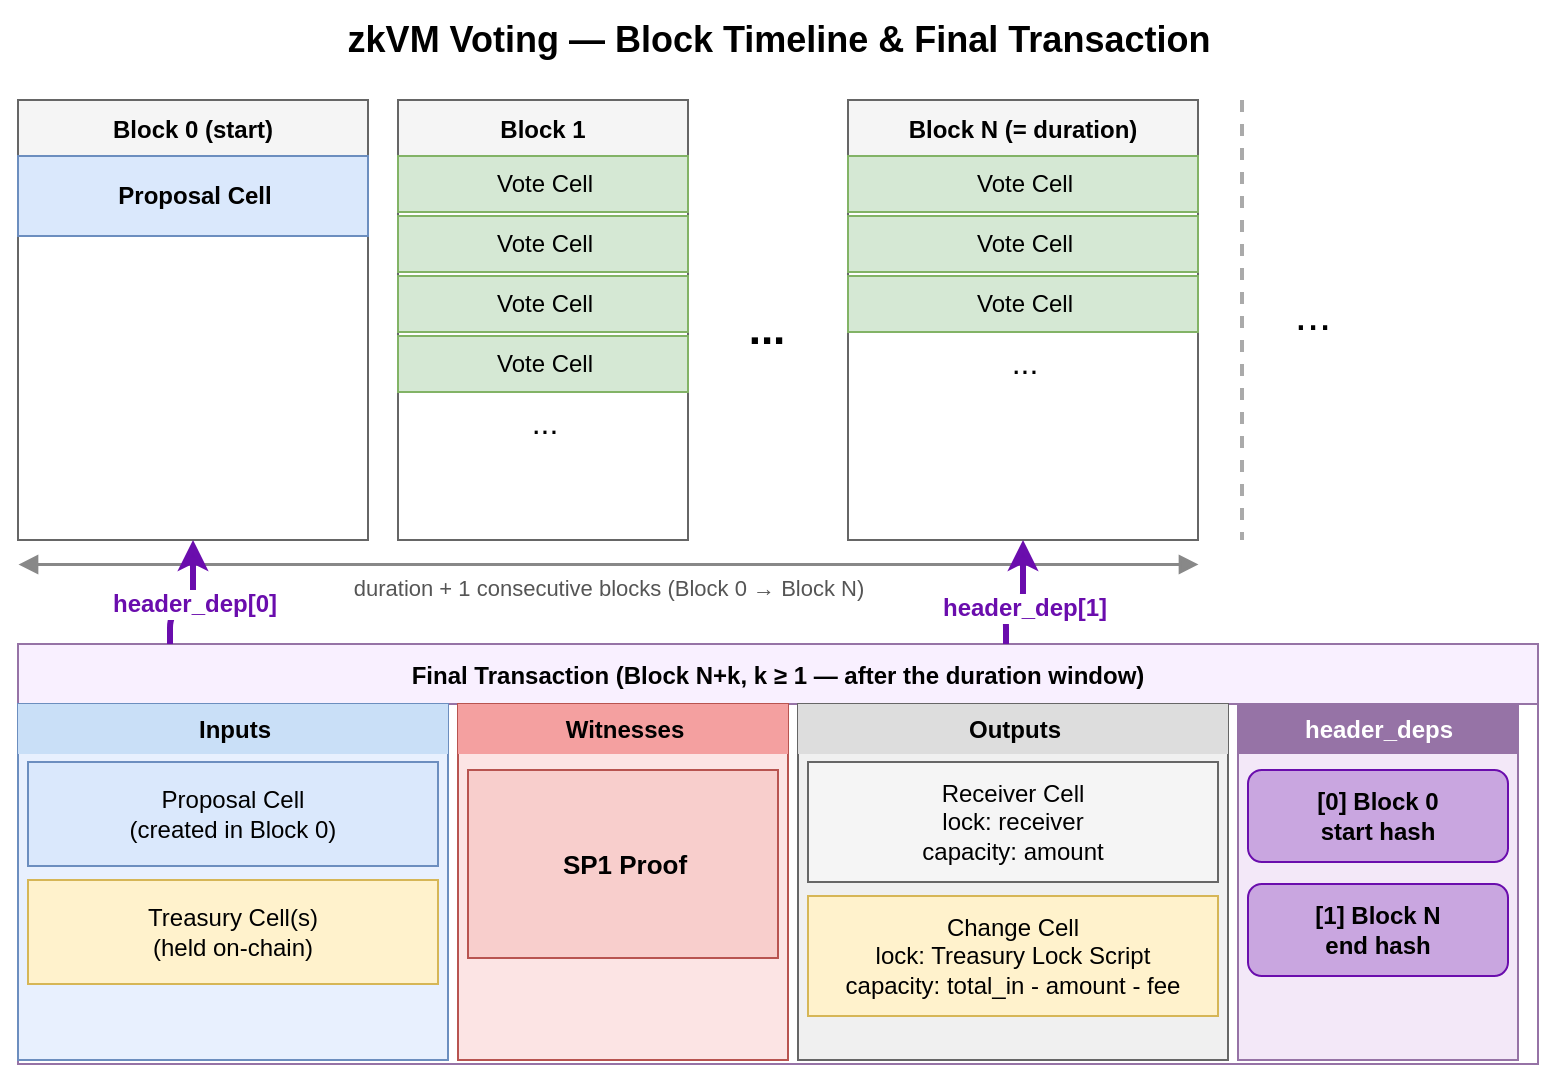
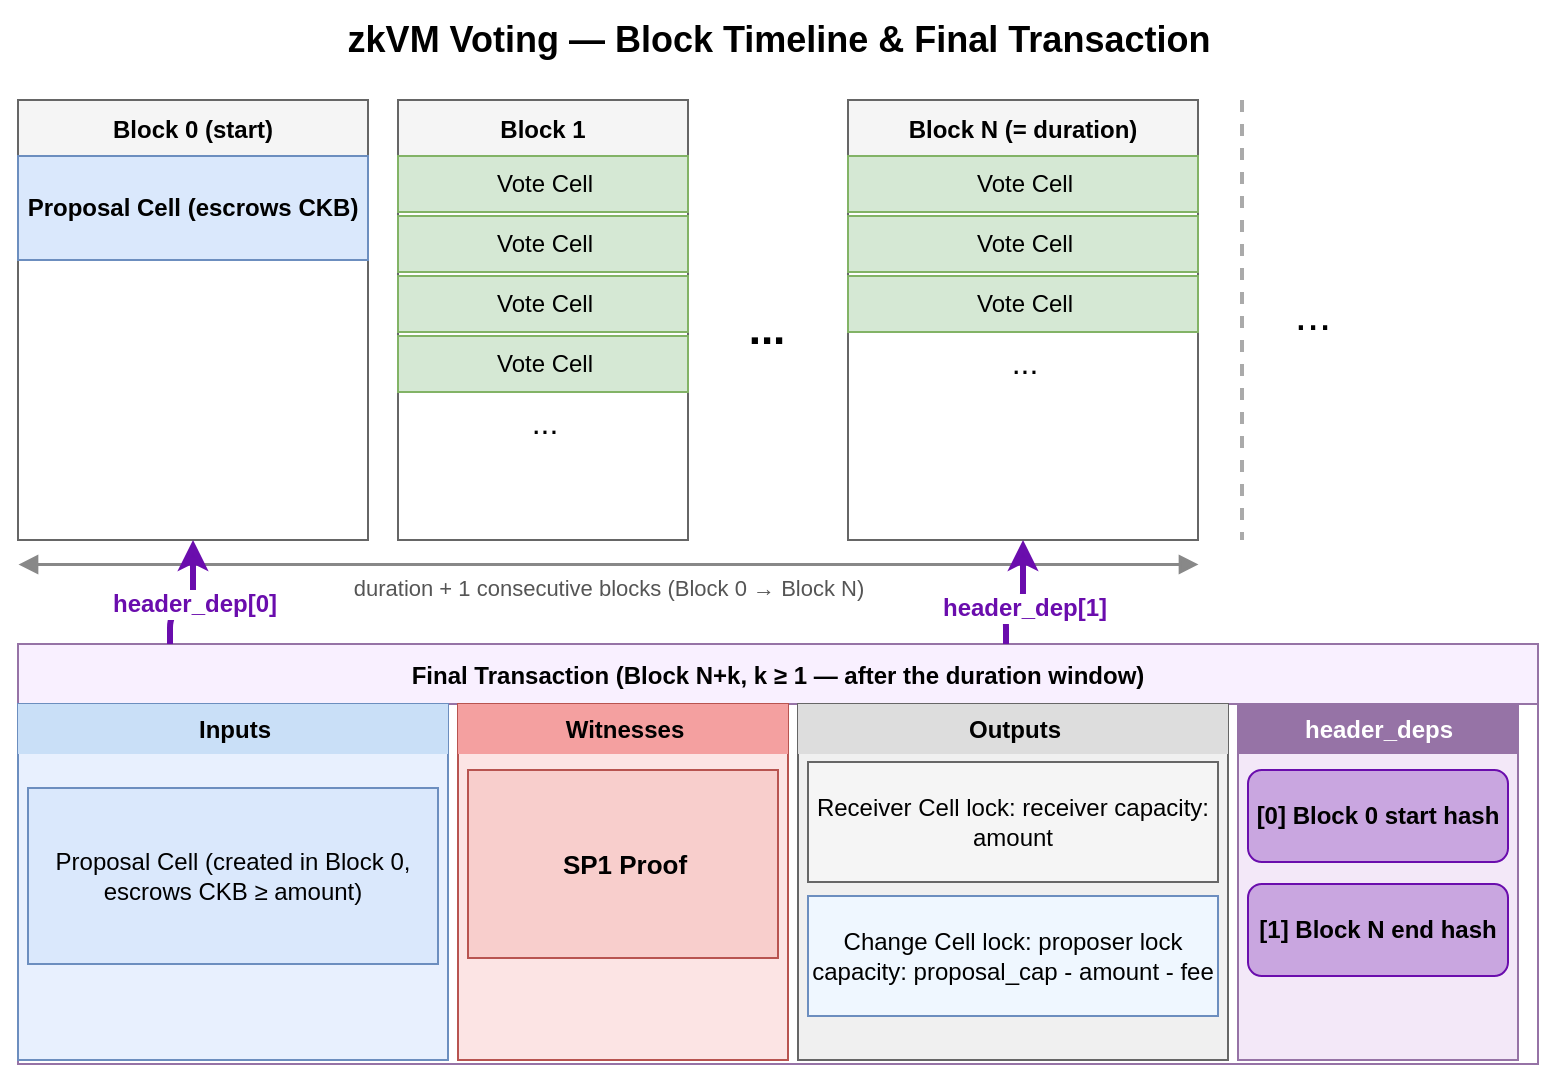
- <mxGraphModel dx="1030" dy="557" grid="1" gridSize="10" guides="1" tooltips="1" connect="1" arrows="1" fold="1" page="1" pageScale="1" pageWidth="1654" pageHeight="1169" math="0" shadow="0"><root><mxCell id="0"/><mxCell id="1" parent="0"/><mxCell id="title" parent="1" style="text;html=1;strokeColor=none;fillColor=none;align=center;verticalAlign=middle;fontSize=18;fontStyle=1;" value="zkVM Voting — Block Timeline &amp; Final Transaction" vertex="1"><mxGeometry height="40" width="760" x="40" y="10" as="geometry"/></mxCell><mxCell id="block-0" parent="1" style="swimlane;startSize=28;fillColor=#f5f5f5;strokeColor=#666666;fontStyle=1;fontSize=12;" value="Block 0  (start)" vertex="1"><mxGeometry height="220" width="175" x="40" y="60" as="geometry"/></mxCell><mxCell id="b0-pc" parent="block-0" style="text;html=1;strokeColor=#6c8ebf;fillColor=#dae8fc;align=center;verticalAlign=middle;rounded=0;fontStyle=1;" value="Proposal Cell" vertex="1"><mxGeometry height="40" width="175" y="28" as="geometry"/></mxCell><mxCell id="block-1" parent="1" style="swimlane;startSize=28;fillColor=#f5f5f5;strokeColor=#666666;fontStyle=1;fontSize=12;" value="Block 1" vertex="1"><mxGeometry height="220" width="145" x="230" y="60" as="geometry"/></mxCell><mxCell id="b1-vc1" parent="block-1" style="text;html=1;strokeColor=#82b366;fillColor=#d5e8d4;align=center;verticalAlign=middle;" value="Vote Cell" vertex="1"><mxGeometry height="28" width="145" y="28" as="geometry"/></mxCell><mxCell id="b1-vc2" parent="block-1" style="text;html=1;strokeColor=#82b366;fillColor=#d5e8d4;align=center;verticalAlign=middle;" value="Vote Cell" vertex="1"><mxGeometry height="28" width="145" y="58" as="geometry"/></mxCell><mxCell id="b1-vc3" parent="block-1" style="text;html=1;strokeColor=#82b366;fillColor=#d5e8d4;align=center;verticalAlign=middle;" value="Vote Cell" vertex="1"><mxGeometry height="28" width="145" y="88" as="geometry"/></mxCell><mxCell id="b1-vc4" parent="block-1" style="text;html=1;strokeColor=#82b366;fillColor=#d5e8d4;align=center;verticalAlign=middle;" value="Vote Cell" vertex="1"><mxGeometry height="28" width="145" y="118" as="geometry"/></mxCell><mxCell id="b1-more" parent="block-1" style="text;html=1;strokeColor=none;fillColor=none;align=center;verticalAlign=middle;fontSize=16;" value="..." vertex="1"><mxGeometry height="22" width="145" y="150" as="geometry"/></mxCell><mxCell id="block-dots" parent="1" style="text;html=1;strokeColor=none;fillColor=none;align=center;verticalAlign=middle;fontSize=22;fontStyle=1;" value="..." vertex="1"><mxGeometry height="34" width="52" x="388" y="158" as="geometry"/></mxCell><mxCell id="block-n" parent="1" style="swimlane;startSize=28;fillColor=#f5f5f5;strokeColor=#666666;fontStyle=1;fontSize=12;" value="Block N  (= duration)" vertex="1"><mxGeometry height="220" width="175" x="455" y="60" as="geometry"/></mxCell><mxCell id="bn-vc1" parent="block-n" style="text;html=1;strokeColor=#82b366;fillColor=#d5e8d4;align=center;verticalAlign=middle;" value="Vote Cell" vertex="1"><mxGeometry height="28" width="175" y="28" as="geometry"/></mxCell><mxCell id="bn-vc2" parent="block-n" style="text;html=1;strokeColor=#82b366;fillColor=#d5e8d4;align=center;verticalAlign=middle;" value="Vote Cell" vertex="1"><mxGeometry height="28" width="175" y="58" as="geometry"/></mxCell><mxCell id="bn-vc3" parent="block-n" style="text;html=1;strokeColor=#82b366;fillColor=#d5e8d4;align=center;verticalAlign=middle;" value="Vote Cell" vertex="1"><mxGeometry height="28" width="175" y="88" as="geometry"/></mxCell><mxCell id="bn-more" parent="block-n" style="text;html=1;strokeColor=none;fillColor=none;align=center;verticalAlign=middle;fontSize=16;" value="..." vertex="1"><mxGeometry height="22" width="175" y="120" as="geometry"/></mxCell><mxCell id="later-sep" edge="1" parent="1" style="endArrow=none;html=1;strokeColor=#aaaaaa;strokeWidth=2;dashed=1;" value=""><mxGeometry relative="1" as="geometry"><mxPoint x="652" y="60" as="sourcePoint"/><mxPoint x="652" y="280" as="targetPoint"/></mxGeometry></mxCell><mxCell id="later-dots" parent="1" style="text;html=1;strokeColor=none;fillColor=none;align=center;verticalAlign=middle;fontSize=22;" value="..." vertex="1"><mxGeometry height="32" width="50" x="662" y="152" as="geometry"/></mxCell><mxCell id="duration-bracket" edge="1" parent="1" style="endArrow=block;startArrow=block;html=1;strokeColor=#888888;strokeWidth=1.5;startFill=1;endFill=1;" value=""><mxGeometry relative="1" as="geometry"><mxPoint x="40" y="292" as="sourcePoint"/><mxPoint x="630" y="292" as="targetPoint"/></mxGeometry></mxCell><mxCell id="duration-label" parent="1" style="text;html=1;strokeColor=none;fillColor=none;align=center;verticalAlign=middle;fontSize=11;fontColor=#555555;" value="duration + 1 consecutive blocks  (Block 0 → Block N)" vertex="1"><mxGeometry height="20" width="590" x="40" y="294" as="geometry"/></mxCell><mxCell id="ft" parent="1" style="swimlane;startSize=30;fillColor=#f9f0ff;strokeColor=#9673a6;fontStyle=1;fontSize=12;" value="Final Transaction  (Block N+k,  k ≥ 1  —  after the duration window)" vertex="1"><mxGeometry height="210" width="760" x="40" y="332" as="geometry"/></mxCell><mxCell id="ft-inputs-bg" parent="ft" style="rounded=0;whiteSpace=wrap;html=1;fillColor=#e8f0fe;strokeColor=#6c8ebf;" value="" vertex="1"><mxGeometry height="178" width="215" y="30" as="geometry"/></mxCell><mxCell id="ft-inputs-hdr" parent="ft" style="text;html=1;strokeColor=none;fillColor=#c9dff7;align=center;verticalAlign=middle;fontStyle=1;fontSize=12;" value="Inputs" vertex="1"><mxGeometry height="25" width="215" y="30" as="geometry"/></mxCell><mxCell id="ft-pc" parent="ft" style="text;html=1;strokeColor=#6c8ebf;fillColor=#dae8fc;align=center;verticalAlign=middle;whiteSpace=wrap;" value="Proposal Cell&#xa;(created in Block 0)" vertex="1"><mxGeometry height="52" width="205" x="5" y="59" as="geometry"/></mxCell><mxCell id="ft-tc" parent="ft" style="text;html=1;strokeColor=#d6b656;fillColor=#fff2cc;align=center;verticalAlign=middle;whiteSpace=wrap;" value="Treasury Cell(s)&#xa;(held on-chain)" vertex="1"><mxGeometry height="52" width="205" x="5" y="118" as="geometry"/></mxCell><mxCell id="ft-wit-bg" parent="ft" style="rounded=0;whiteSpace=wrap;html=1;fillColor=#fce4e4;strokeColor=#b85450;" value="" vertex="1"><mxGeometry height="178" width="165" x="220" y="30" as="geometry"/></mxCell><mxCell id="ft-wit-hdr" parent="ft" style="text;html=1;strokeColor=none;fillColor=#f4a0a0;align=center;verticalAlign=middle;fontStyle=1;fontSize=12;" value="Witnesses" vertex="1"><mxGeometry height="25" width="165" x="220" y="30" as="geometry"/></mxCell><mxCell id="ft-proof" parent="ft" style="text;html=1;strokeColor=#b85450;fillColor=#f8cecc;align=center;verticalAlign=middle;fontStyle=1;fontSize=13;" value="SP1 Proof" vertex="1"><mxGeometry height="94" width="155" x="225" y="63" as="geometry"/></mxCell><mxCell id="ft-out-bg" parent="ft" style="rounded=0;whiteSpace=wrap;html=1;fillColor=#f0f0f0;strokeColor=#666666;" value="" vertex="1"><mxGeometry height="178" width="215" x="390" y="30" as="geometry"/></mxCell><mxCell id="ft-out-hdr" parent="ft" style="text;html=1;strokeColor=none;fillColor=#dddddd;align=center;verticalAlign=middle;fontStyle=1;fontSize=12;" value="Outputs" vertex="1"><mxGeometry height="25" width="215" x="390" y="30" as="geometry"/></mxCell><mxCell id="ft-recv" parent="ft" style="text;html=1;strokeColor=#666666;fillColor=#f5f5f5;align=center;verticalAlign=middle;whiteSpace=wrap;" value="Receiver Cell&#xa;lock: receiver&#xa;capacity: amount" vertex="1"><mxGeometry height="60" width="205" x="395" y="59" as="geometry"/></mxCell><mxCell id="ft-change" parent="ft" style="text;html=1;strokeColor=#d6b656;fillColor=#fff2cc;align=center;verticalAlign=middle;whiteSpace=wrap;" value="Change Cell&#xa;lock: Treasury Lock Script&#xa;capacity: total_in - amount - fee" vertex="1"><mxGeometry height="60" width="205" x="395" y="126" as="geometry"/></mxCell><mxCell id="ft-hdeps-bg" parent="ft" style="rounded=0;whiteSpace=wrap;html=1;fillColor=#f3e8f8;strokeColor=#9673a6;" value="" vertex="1"><mxGeometry height="178" width="140" x="610" y="30" as="geometry"/></mxCell><mxCell id="ft-hdeps-hdr" parent="ft" style="text;html=1;strokeColor=none;fillColor=#9673a6;fontColor=#ffffff;align=center;verticalAlign=middle;fontStyle=1;fontSize=12;" value="header_deps" vertex="1"><mxGeometry height="25" width="140" x="610" y="30" as="geometry"/></mxCell><mxCell id="ft-hdep0" parent="ft" style="text;html=1;strokeColor=#6a0dad;fillColor=#c9a6e0;align=center;verticalAlign=middle;whiteSpace=wrap;rounded=1;fontStyle=1;fontSize=12;" value="[0] Block 0&#xa;start hash" vertex="1"><mxGeometry height="46" width="130" x="615" y="63" as="geometry"/></mxCell><mxCell id="ft-hdep1" parent="ft" style="text;html=1;strokeColor=#6a0dad;fillColor=#c9a6e0;align=center;verticalAlign=middle;whiteSpace=wrap;rounded=1;fontStyle=1;fontSize=12;" value="[1] Block N&#xa;end hash" vertex="1"><mxGeometry height="46" width="130" x="615" y="120" as="geometry"/></mxCell><mxCell id="e-hdep0" edge="1" parent="1" source="ft" style="edgeStyle=orthogonalEdgeStyle;html=1;exitX=0.1;exitY=0;exitDx=0;exitDy=0;entryX=0.5;entryY=1;entryDx=0;entryDy=0;strokeColor=#6a0dad;fontColor=#6a0dad;fontSize=12;fontStyle=1;strokeWidth=3;" target="block-0" value="header_dep[0]"><mxGeometry relative="1" as="geometry"><Array as="points"><mxPoint x="116" y="316"/><mxPoint x="127" y="316"/></Array></mxGeometry></mxCell><mxCell id="e-hdep1" edge="1" parent="1" source="ft" style="edgeStyle=orthogonalEdgeStyle;html=1;exitX=0.65;exitY=0;exitDx=0;exitDy=0;entryX=0.5;entryY=1;entryDx=0;entryDy=0;strokeColor=#6a0dad;fontColor=#6a0dad;fontSize=12;fontStyle=1;strokeWidth=3;" target="block-n" value="header_dep[1]"><mxGeometry relative="1" as="geometry"><Array as="points"><mxPoint x="530" y="316"/><mxPoint x="547" y="316"/></Array></mxGeometry></mxCell></root></mxGraphModel>+ <mxGraphModel dx="1030" dy="557" grid="1" gridSize="10" guides="1" tooltips="1" connect="1" arrows="1" fold="1" page="1" pageScale="1" pageWidth="1654" pageHeight="1169" math="0" shadow="0"><root><mxCell id="0" /><mxCell id="1" parent="0" /><mxCell id="title" parent="1" style="text;html=1;strokeColor=none;fillColor=none;align=center;verticalAlign=middle;fontSize=18;fontStyle=1;" value="zkVM Voting — Block Timeline &amp; Final Transaction" vertex="1"><mxGeometry height="40" width="760" x="40" y="10" as="geometry" /></mxCell><mxCell id="block-0" parent="1" style="swimlane;startSize=28;fillColor=#f5f5f5;strokeColor=#666666;fontStyle=1;fontSize=12;" value="Block 0  (start)" vertex="1"><mxGeometry height="220" width="175" x="40" y="60" as="geometry" /></mxCell><mxCell id="b0-pc" parent="block-0" style="text;html=1;strokeColor=#6c8ebf;fillColor=#dae8fc;align=center;verticalAlign=middle;rounded=0;fontStyle=1;whiteSpace=wrap;" value="Proposal Cell
+ (escrows CKB)" vertex="1"><mxGeometry height="52" width="175" y="28" as="geometry" /></mxCell><mxCell id="block-1" parent="1" style="swimlane;startSize=28;fillColor=#f5f5f5;strokeColor=#666666;fontStyle=1;fontSize=12;" value="Block 1" vertex="1"><mxGeometry height="220" width="145" x="230" y="60" as="geometry" /></mxCell><mxCell id="b1-vc1" parent="block-1" style="text;html=1;strokeColor=#82b366;fillColor=#d5e8d4;align=center;verticalAlign=middle;" value="Vote Cell" vertex="1"><mxGeometry height="28" width="145" y="28" as="geometry" /></mxCell><mxCell id="b1-vc2" parent="block-1" style="text;html=1;strokeColor=#82b366;fillColor=#d5e8d4;align=center;verticalAlign=middle;" value="Vote Cell" vertex="1"><mxGeometry height="28" width="145" y="58" as="geometry" /></mxCell><mxCell id="b1-vc3" parent="block-1" style="text;html=1;strokeColor=#82b366;fillColor=#d5e8d4;align=center;verticalAlign=middle;" value="Vote Cell" vertex="1"><mxGeometry height="28" width="145" y="88" as="geometry" /></mxCell><mxCell id="b1-vc4" parent="block-1" style="text;html=1;strokeColor=#82b366;fillColor=#d5e8d4;align=center;verticalAlign=middle;" value="Vote Cell" vertex="1"><mxGeometry height="28" width="145" y="118" as="geometry" /></mxCell><mxCell id="b1-more" parent="block-1" style="text;html=1;strokeColor=none;fillColor=none;align=center;verticalAlign=middle;fontSize=16;" value="..." vertex="1"><mxGeometry height="22" width="145" y="150" as="geometry" /></mxCell><mxCell id="block-dots" parent="1" style="text;html=1;strokeColor=none;fillColor=none;align=center;verticalAlign=middle;fontSize=22;fontStyle=1;" value="..." vertex="1"><mxGeometry height="34" width="52" x="388" y="158" as="geometry" /></mxCell><mxCell id="block-n" parent="1" style="swimlane;startSize=28;fillColor=#f5f5f5;strokeColor=#666666;fontStyle=1;fontSize=12;" value="Block N  (= duration)" vertex="1"><mxGeometry height="220" width="175" x="455" y="60" as="geometry" /></mxCell><mxCell id="bn-vc1" parent="block-n" style="text;html=1;strokeColor=#82b366;fillColor=#d5e8d4;align=center;verticalAlign=middle;" value="Vote Cell" vertex="1"><mxGeometry height="28" width="175" y="28" as="geometry" /></mxCell><mxCell id="bn-vc2" parent="block-n" style="text;html=1;strokeColor=#82b366;fillColor=#d5e8d4;align=center;verticalAlign=middle;" value="Vote Cell" vertex="1"><mxGeometry height="28" width="175" y="58" as="geometry" /></mxCell><mxCell id="bn-vc3" parent="block-n" style="text;html=1;strokeColor=#82b366;fillColor=#d5e8d4;align=center;verticalAlign=middle;" value="Vote Cell" vertex="1"><mxGeometry height="28" width="175" y="88" as="geometry" /></mxCell><mxCell id="bn-more" parent="block-n" style="text;html=1;strokeColor=none;fillColor=none;align=center;verticalAlign=middle;fontSize=16;" value="..." vertex="1"><mxGeometry height="22" width="175" y="120" as="geometry" /></mxCell><mxCell id="later-sep" edge="1" parent="1" style="endArrow=none;html=1;strokeColor=#aaaaaa;strokeWidth=2;dashed=1;" value=""><mxGeometry relative="1" as="geometry"><mxPoint x="652" y="60" as="sourcePoint" /><mxPoint x="652" y="280" as="targetPoint" /></mxGeometry></mxCell><mxCell id="later-dots" parent="1" style="text;html=1;strokeColor=none;fillColor=none;align=center;verticalAlign=middle;fontSize=22;" value="..." vertex="1"><mxGeometry height="32" width="50" x="662" y="152" as="geometry" /></mxCell><mxCell id="duration-bracket" edge="1" parent="1" style="endArrow=block;startArrow=block;html=1;strokeColor=#888888;strokeWidth=1.5;startFill=1;endFill=1;" value=""><mxGeometry relative="1" as="geometry"><mxPoint x="40" y="292" as="sourcePoint" /><mxPoint x="630" y="292" as="targetPoint" /></mxGeometry></mxCell><mxCell id="duration-label" parent="1" style="text;html=1;strokeColor=none;fillColor=none;align=center;verticalAlign=middle;fontSize=11;fontColor=#555555;" value="duration + 1 consecutive blocks  (Block 0 → Block N)" vertex="1"><mxGeometry height="20" width="590" x="40" y="294" as="geometry" /></mxCell><mxCell id="ft" parent="1" style="swimlane;startSize=30;fillColor=#f9f0ff;strokeColor=#9673a6;fontStyle=1;fontSize=12;" value="Final Transaction  (Block N+k,  k ≥ 1  —  after the duration window)" vertex="1"><mxGeometry height="210" width="760" x="40" y="332" as="geometry" /></mxCell><mxCell id="ft-inputs-bg" parent="ft" style="rounded=0;whiteSpace=wrap;html=1;fillColor=#e8f0fe;strokeColor=#6c8ebf;" value="" vertex="1"><mxGeometry height="178" width="215" y="30" as="geometry" /></mxCell><mxCell id="ft-inputs-hdr" parent="ft" style="text;html=1;strokeColor=none;fillColor=#c9dff7;align=center;verticalAlign=middle;fontStyle=1;fontSize=12;" value="Inputs" vertex="1"><mxGeometry height="25" width="215" y="30" as="geometry" /></mxCell><mxCell id="ft-pc" parent="ft" style="text;html=1;strokeColor=#6c8ebf;fillColor=#dae8fc;align=center;verticalAlign=middle;whiteSpace=wrap;" value="Proposal Cell
+ (created in Block 0,
+ escrows CKB ≥ amount)" vertex="1"><mxGeometry height="88" width="205" x="5" y="72" as="geometry" /></mxCell><mxCell id="ft-wit-bg" parent="ft" style="rounded=0;whiteSpace=wrap;html=1;fillColor=#fce4e4;strokeColor=#b85450;" value="" vertex="1"><mxGeometry height="178" width="165" x="220" y="30" as="geometry" /></mxCell><mxCell id="ft-wit-hdr" parent="ft" style="text;html=1;strokeColor=none;fillColor=#f4a0a0;align=center;verticalAlign=middle;fontStyle=1;fontSize=12;" value="Witnesses" vertex="1"><mxGeometry height="25" width="165" x="220" y="30" as="geometry" /></mxCell><mxCell id="ft-proof" parent="ft" style="text;html=1;strokeColor=#b85450;fillColor=#f8cecc;align=center;verticalAlign=middle;fontStyle=1;fontSize=13;" value="SP1 Proof" vertex="1"><mxGeometry height="94" width="155" x="225" y="63" as="geometry" /></mxCell><mxCell id="ft-out-bg" parent="ft" style="rounded=0;whiteSpace=wrap;html=1;fillColor=#f0f0f0;strokeColor=#666666;" value="" vertex="1"><mxGeometry height="178" width="215" x="390" y="30" as="geometry" /></mxCell><mxCell id="ft-out-hdr" parent="ft" style="text;html=1;strokeColor=none;fillColor=#dddddd;align=center;verticalAlign=middle;fontStyle=1;fontSize=12;" value="Outputs" vertex="1"><mxGeometry height="25" width="215" x="390" y="30" as="geometry" /></mxCell><mxCell id="ft-recv" parent="ft" style="text;html=1;strokeColor=#666666;fillColor=#f5f5f5;align=center;verticalAlign=middle;whiteSpace=wrap;" value="Receiver Cell
+ lock: receiver
+ capacity: amount" vertex="1"><mxGeometry height="60" width="205" x="395" y="59" as="geometry" /></mxCell><mxCell id="ft-change" parent="ft" style="text;html=1;strokeColor=#6c8ebf;fillColor=#eff7ff;align=center;verticalAlign=middle;whiteSpace=wrap;" value="Change Cell
+ lock: proposer lock
+ capacity: proposal_cap - amount - fee" vertex="1"><mxGeometry height="60" width="205" x="395" y="126" as="geometry" /></mxCell><mxCell id="ft-hdeps-bg" parent="ft" style="rounded=0;whiteSpace=wrap;html=1;fillColor=#f3e8f8;strokeColor=#9673a6;" value="" vertex="1"><mxGeometry height="178" width="140" x="610" y="30" as="geometry" /></mxCell><mxCell id="ft-hdeps-hdr" parent="ft" style="text;html=1;strokeColor=none;fillColor=#9673a6;fontColor=#ffffff;align=center;verticalAlign=middle;fontStyle=1;fontSize=12;" value="header_deps" vertex="1"><mxGeometry height="25" width="140" x="610" y="30" as="geometry" /></mxCell><mxCell id="ft-hdep0" parent="ft" style="text;html=1;strokeColor=#6a0dad;fillColor=#c9a6e0;align=center;verticalAlign=middle;whiteSpace=wrap;rounded=1;fontStyle=1;fontSize=12;" value="[0] Block 0
+ start hash" vertex="1"><mxGeometry height="46" width="130" x="615" y="63" as="geometry" /></mxCell><mxCell id="ft-hdep1" parent="ft" style="text;html=1;strokeColor=#6a0dad;fillColor=#c9a6e0;align=center;verticalAlign=middle;whiteSpace=wrap;rounded=1;fontStyle=1;fontSize=12;" value="[1] Block N
+ end hash" vertex="1"><mxGeometry height="46" width="130" x="615" y="120" as="geometry" /></mxCell><mxCell id="e-hdep0" edge="1" parent="1" source="ft" style="edgeStyle=orthogonalEdgeStyle;html=1;exitX=0.1;exitY=0;exitDx=0;exitDy=0;entryX=0.5;entryY=1;entryDx=0;entryDy=0;strokeColor=#6a0dad;fontColor=#6a0dad;fontSize=12;fontStyle=1;strokeWidth=3;" target="block-0" value="header_dep[0]"><mxGeometry relative="1" as="geometry"><Array as="points"><mxPoint x="116" y="316" /><mxPoint x="127" y="316" /></Array></mxGeometry></mxCell><mxCell id="e-hdep1" edge="1" parent="1" source="ft" style="edgeStyle=orthogonalEdgeStyle;html=1;exitX=0.65;exitY=0;exitDx=0;exitDy=0;entryX=0.5;entryY=1;entryDx=0;entryDy=0;strokeColor=#6a0dad;fontColor=#6a0dad;fontSize=12;fontStyle=1;strokeWidth=3;" target="block-n" value="header_dep[1]"><mxGeometry relative="1" as="geometry"><Array as="points"><mxPoint x="530" y="316" /><mxPoint x="547" y="316" /></Array></mxGeometry></mxCell></root></mxGraphModel>